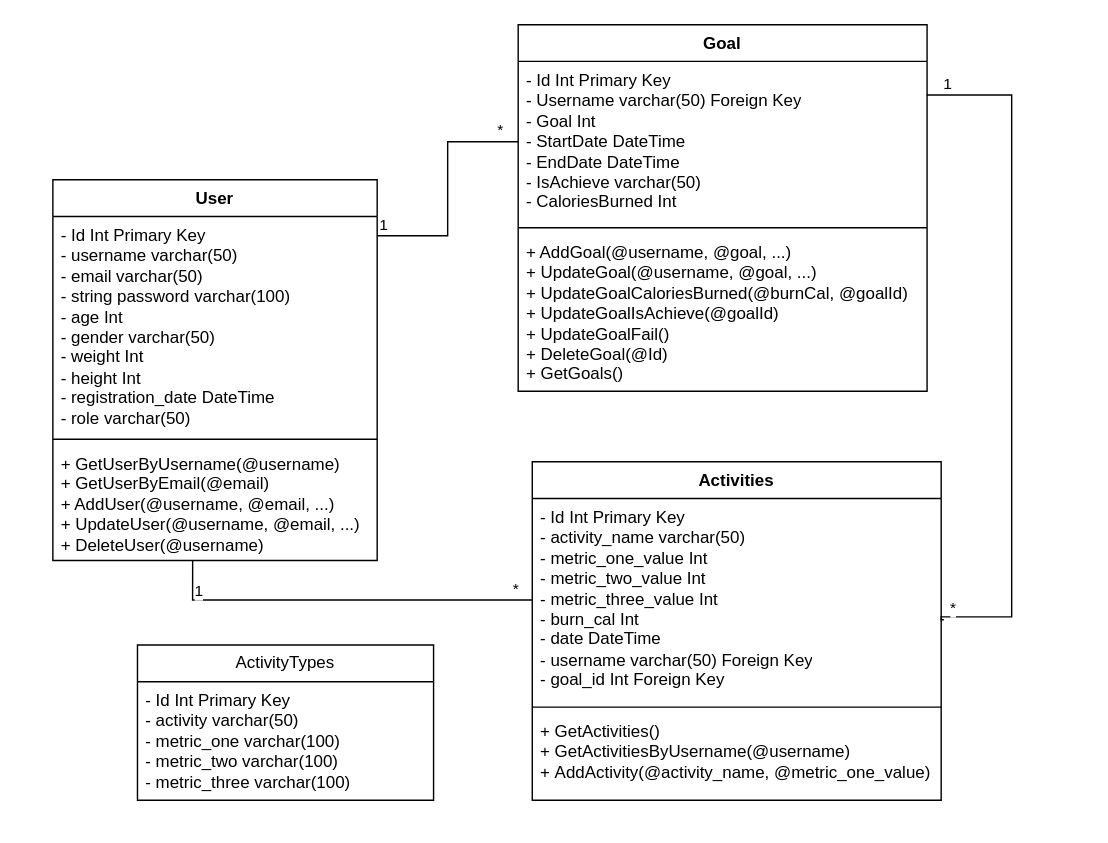
aung-khantkyaw/FitnessTracker keeps this draw.io diagram as fitness.drawio. Above is the earlier version. Source tidied: cells renumbered, new cells numbered last; positions are measured from the earlier drawing's top-left corner, leaving out a move shared by most shapes. Both pictures are drawn from the tidied source at 141%, with x=0, y=0 at pixel (52, 24).
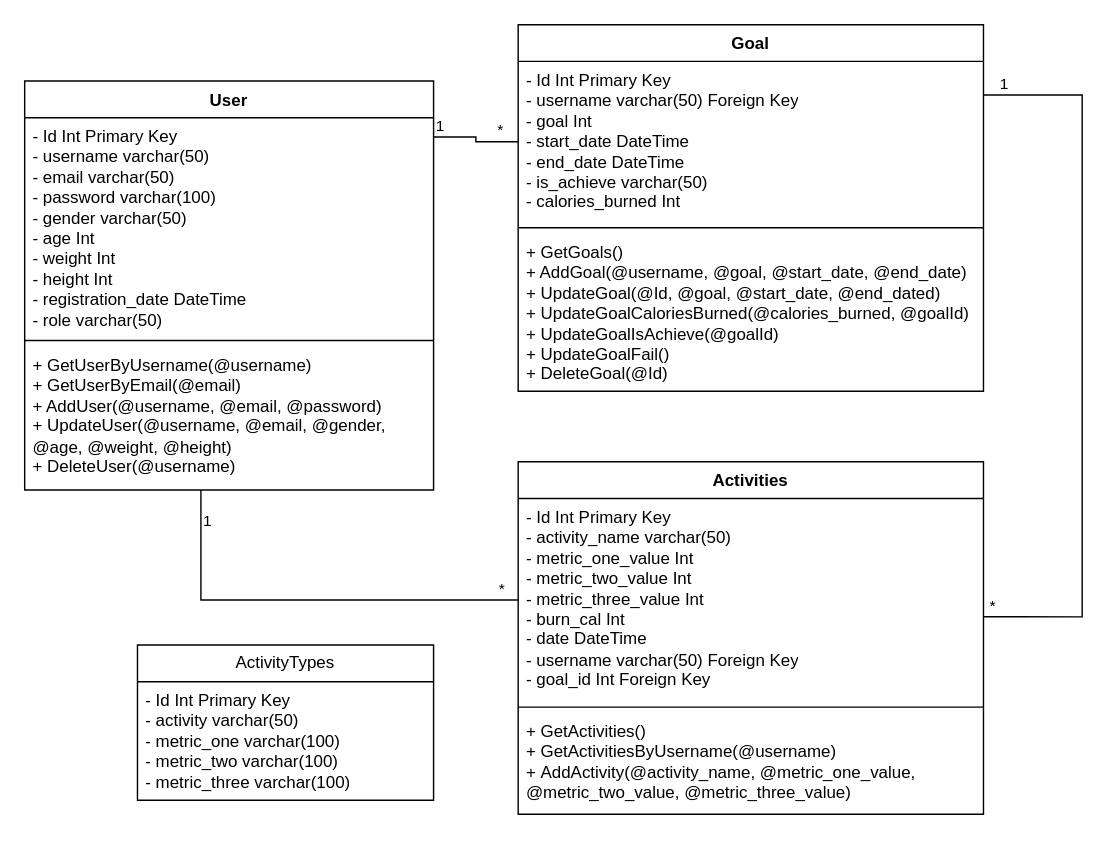
After the change.

What changed in the source:
```diff
@@
     <mxCell id="2" value="User" style="swimlane;fontStyle=1;align=center;verticalAlign=top;horizontal=1;startSize=26;whiteSpace=wrap;html=1;" parent="1" vertex="1">
-      <mxGeometry y="110" width="230" height="270" as="geometry" />
+      <mxGeometry x="-20" y="40" width="290" height="290" as="geometry" />
     </mxCell>
-    <mxCell id="3" value="&lt;div&gt;&lt;p style=&quot;margin-bottom: 0px; margin-top: 0px;&quot;&gt;- Id Int Primary Key&lt;/p&gt;&lt;p style=&quot;margin-top: 0px; margin-bottom: 0px;&quot;&gt;- username varchar(50)&lt;/p&gt;&lt;p style=&quot;margin-top: 0px; margin-bottom: 0px;&quot;&gt;- email varchar(50)&lt;/p&gt;&lt;p style=&quot;margin-top: 0px; margin-bottom: 0px;&quot;&gt;- string password varchar(100)&lt;/p&gt;&lt;p style=&quot;margin-top: 0px; margin-bottom: 0px;&quot;&gt;- age Int&lt;/p&gt;&lt;p style=&quot;margin-top: 0px; margin-bottom: 0px;&quot;&gt;- gender varchar(50) &lt;/p&gt;&lt;p style=&quot;margin-top: 0px; margin-bottom: 0px;&quot;&gt;- weight Int&lt;/p&gt;&lt;p style=&quot;margin-top: 0px; margin-bottom: 0px;&quot;&gt;- height Int&lt;br&gt;&lt;/p&gt;&lt;p style=&quot;margin-top: 0px; margin-bottom: 0px;&quot;&gt;- registration_date DateTime  &lt;/p&gt;&lt;p style=&quot;margin-bottom: 0px; margin-top: 0px;&quot;&gt;- role varchar(50)&lt;/p&gt;&lt;/div&gt;" style="text;strokeColor=none;fillColor=none;align=left;verticalAlign=top;spacingLeft=4;spacingRight=4;overflow=hidden;points=[[0,0.5],[1,0.5]];portConstraint=eastwest;whiteSpace=wrap;html=1;" parent="2" vertex="1">
-      <mxGeometry y="26" width="230" height="154" as="geometry" />
+    <mxCell id="3" value="&lt;p style=&quot;margin-bottom: 0px; margin-top: 0px;&quot;&gt;- Id Int Primary Key&lt;/p&gt;&lt;p style=&quot;margin-top: 0px; margin-bottom: 0px;&quot;&gt;- username varchar(50)&lt;/p&gt;&lt;p style=&quot;margin-top: 0px; margin-bottom: 0px;&quot;&gt;- email varchar(50)&lt;/p&gt;&lt;p style=&quot;margin-top: 0px; margin-bottom: 0px;&quot;&gt;- password varchar(100)&lt;/p&gt;&lt;p style=&quot;margin-top: 0px; margin-bottom: 0px;&quot;&gt;- gender varchar(50)&lt;/p&gt;&lt;p style=&quot;margin-top: 0px; margin-bottom: 0px;&quot;&gt;- age Int&lt;/p&gt;&lt;p style=&quot;margin-top: 0px; margin-bottom: 0px;&quot;&gt;- weight Int&lt;/p&gt;&lt;p style=&quot;margin-top: 0px; margin-bottom: 0px;&quot;&gt;- height Int&lt;br&gt;&lt;/p&gt;&lt;p style=&quot;margin-top: 0px; margin-bottom: 0px;&quot;&gt;- registration_date DateTime  &lt;/p&gt;&lt;p style=&quot;margin-bottom: 0px; margin-top: 0px;&quot;&gt;- role varchar(50)&lt;/p&gt;" style="text;strokeColor=none;fillColor=none;align=left;verticalAlign=top;spacingLeft=4;spacingRight=4;overflow=hidden;points=[[0,0.5],[1,0.5]];portConstraint=eastwest;whiteSpace=wrap;html=1;" parent="2" vertex="1">
+      <mxGeometry y="26" width="290" height="154" as="geometry" />
     </mxCell>
     <mxCell id="4" style="line;strokeWidth=1;fillColor=none;align=left;verticalAlign=middle;spacingTop=-1;spacingLeft=3;spacingRight=3;labelPosition=right;strokeColor=inherit;" parent="2" vertex="1">
-      <mxGeometry y="180" width="230" height="8" as="geometry" />
+      <mxGeometry y="180" width="290" height="8" as="geometry" />
     </mxCell>
-    <mxCell id="5" value="&lt;div&gt;+&amp;nbsp;GetUserByUsername(@username)&lt;div&gt;+ GetUserByEmail(@email)&lt;/div&gt;&lt;div&gt;+ AddUser(@username, @email, ...)&lt;/div&gt;&lt;div&gt;+&amp;nbsp;UpdateUser(@username, @email, ...)&lt;/div&gt;&lt;div&gt;+ DeleteUser(@username)&lt;/div&gt;&lt;div&gt;&lt;/div&gt;&lt;/div&gt;" style="text;strokeColor=none;fillColor=none;align=left;verticalAlign=top;spacingLeft=4;spacingRight=4;overflow=hidden;points=[[0,0.5],[1,0.5]];portConstraint=eastwest;whiteSpace=wrap;html=1;" parent="2" vertex="1">
-      <mxGeometry y="188" width="230" height="82" as="geometry" />
+    <mxCell id="5" value="&lt;div&gt;+&amp;nbsp;GetUserByUsername(@username)&lt;div&gt;+ GetUserByEmail(@email)&lt;/div&gt;&lt;div&gt;+ AddUser(@username, @email, @password)&lt;/div&gt;&lt;div&gt;+&amp;nbsp;UpdateUser(@username, @email, @gender, @age, @weight, @height)&lt;/div&gt;&lt;div&gt;+ DeleteUser(@username)&lt;/div&gt;&lt;div&gt;&lt;/div&gt;&lt;/div&gt;" style="text;strokeColor=none;fillColor=none;align=left;verticalAlign=top;spacingLeft=4;spacingRight=4;overflow=hidden;points=[[0,0.5],[1,0.5]];portConstraint=eastwest;whiteSpace=wrap;html=1;" parent="2" vertex="1">
+      <mxGeometry y="188" width="290" height="102" as="geometry" />
     </mxCell>
     <mxCell id="6" value="Goal" style="swimlane;fontStyle=1;align=center;verticalAlign=top;horizontal=1;startSize=26;whiteSpace=wrap;html=1;" parent="1" vertex="1">
-      <mxGeometry x="330" width="290" height="260" as="geometry" />
+      <mxGeometry x="330" width="330" height="260" as="geometry" />
     </mxCell>
-    <mxCell id="7" value="&lt;p style=&quot;margin-top: 0px; margin-bottom: 0px;&quot;&gt;- Id Int Primary Key&lt;/p&gt;&lt;p style=&quot;margin: 0px;&quot;&gt;- Username varchar(50) Foreign&amp;nbsp;&lt;span style=&quot;background-color: transparent; color: light-dark(rgb(0, 0, 0), rgb(255, 255, 255));&quot;&gt;Key&lt;/span&gt;&lt;/p&gt;&lt;p style=&quot;margin-top: 0px; margin-bottom: 0px;&quot;&gt;&lt;span style=&quot;background-color: transparent; color: light-dark(rgb(0, 0, 0), rgb(255, 255, 255));&quot;&gt;-&lt;/span&gt;&lt;span style=&quot;background-color: transparent; color: light-dark(rgb(0, 0, 0), rgb(255, 255, 255));&quot;&gt;&amp;nbsp;&lt;/span&gt;Goal Int&lt;/p&gt;&lt;p style=&quot;margin-top: 0px; margin-bottom: 0px;&quot;&gt;&lt;span style=&quot;background-color: transparent; color: light-dark(rgb(0, 0, 0), rgb(255, 255, 255));&quot;&gt;-&lt;/span&gt;&lt;span style=&quot;background-color: transparent; color: light-dark(rgb(0, 0, 0), rgb(255, 255, 255));&quot;&gt;&amp;nbsp;&lt;/span&gt;StartDate DateTime &lt;/p&gt;&lt;p style=&quot;margin-top: 0px; margin-bottom: 0px;&quot;&gt;&lt;span style=&quot;background-color: transparent; color: light-dark(rgb(0, 0, 0), rgb(255, 255, 255));&quot;&gt;-&lt;/span&gt;&lt;span style=&quot;background-color: transparent; color: light-dark(rgb(0, 0, 0), rgb(255, 255, 255));&quot;&gt;&amp;nbsp;&lt;/span&gt;EndDate DateTime &lt;/p&gt;&lt;p style=&quot;margin-top: 0px; margin-bottom: 0px;&quot;&gt;&lt;span style=&quot;background-color: transparent; color: light-dark(rgb(0, 0, 0), rgb(255, 255, 255));&quot;&gt;-&lt;/span&gt;&lt;span style=&quot;background-color: transparent; color: light-dark(rgb(0, 0, 0), rgb(255, 255, 255));&quot;&gt;&amp;nbsp;&lt;/span&gt;IsAchieve varchar(50)&lt;/p&gt;&lt;p style=&quot;margin-top: 0px; margin-bottom: 0px;&quot;&gt;&lt;span style=&quot;background-color: transparent; color: light-dark(rgb(0, 0, 0), rgb(255, 255, 255));&quot;&gt;-&lt;/span&gt;&lt;span style=&quot;background-color: transparent; color: light-dark(rgb(0, 0, 0), rgb(255, 255, 255));&quot;&gt;&amp;nbsp;&lt;/span&gt;CaloriesBurned Int&lt;/p&gt;" style="text;strokeColor=none;fillColor=none;align=left;verticalAlign=top;spacingLeft=4;spacingRight=4;overflow=hidden;points=[[0,0.5],[1,0.5]];portConstraint=eastwest;whiteSpace=wrap;html=1;" parent="6" vertex="1">
-      <mxGeometry y="26" width="290" height="114" as="geometry" />
+    <mxCell id="7" value="&lt;p style=&quot;margin-top: 0px; margin-bottom: 0px;&quot;&gt;- Id Int Primary Key&lt;/p&gt;&lt;p style=&quot;margin: 0px;&quot;&gt;- username varchar(50) Foreign&amp;nbsp;&lt;span style=&quot;background-color: transparent; color: light-dark(rgb(0, 0, 0), rgb(255, 255, 255));&quot;&gt;Key&lt;/span&gt;&lt;/p&gt;&lt;p style=&quot;margin-top: 0px; margin-bottom: 0px;&quot;&gt;&lt;span style=&quot;background-color: transparent; color: light-dark(rgb(0, 0, 0), rgb(255, 255, 255));&quot;&gt;-&lt;/span&gt;&lt;span style=&quot;background-color: transparent; color: light-dark(rgb(0, 0, 0), rgb(255, 255, 255));&quot;&gt;&amp;nbsp;&lt;/span&gt;goal Int&lt;/p&gt;&lt;p style=&quot;margin-top: 0px; margin-bottom: 0px;&quot;&gt;&lt;span style=&quot;background-color: transparent; color: light-dark(rgb(0, 0, 0), rgb(255, 255, 255));&quot;&gt;-&lt;/span&gt;&lt;span style=&quot;background-color: transparent; color: light-dark(rgb(0, 0, 0), rgb(255, 255, 255));&quot;&gt;&amp;nbsp;&lt;/span&gt;start_date DateTime &lt;/p&gt;&lt;p style=&quot;margin-top: 0px; margin-bottom: 0px;&quot;&gt;&lt;span style=&quot;background-color: transparent; color: light-dark(rgb(0, 0, 0), rgb(255, 255, 255));&quot;&gt;-&lt;/span&gt;&lt;span style=&quot;background-color: transparent; color: light-dark(rgb(0, 0, 0), rgb(255, 255, 255));&quot;&gt;&amp;nbsp;&lt;/span&gt;end_date DateTime &lt;/p&gt;&lt;p style=&quot;margin-top: 0px; margin-bottom: 0px;&quot;&gt;&lt;span style=&quot;background-color: transparent; color: light-dark(rgb(0, 0, 0), rgb(255, 255, 255));&quot;&gt;-&lt;/span&gt;&lt;span style=&quot;background-color: transparent; color: light-dark(rgb(0, 0, 0), rgb(255, 255, 255));&quot;&gt;&amp;nbsp;i&lt;/span&gt;s_achieve varchar(50)&lt;/p&gt;&lt;p style=&quot;margin-top: 0px; margin-bottom: 0px;&quot;&gt;&lt;span style=&quot;background-color: transparent; color: light-dark(rgb(0, 0, 0), rgb(255, 255, 255));&quot;&gt;-&lt;/span&gt;&lt;span style=&quot;background-color: transparent; color: light-dark(rgb(0, 0, 0), rgb(255, 255, 255));&quot;&gt;&amp;nbsp;c&lt;/span&gt;alories_burned Int&lt;/p&gt;" style="text;strokeColor=none;fillColor=none;align=left;verticalAlign=top;spacingLeft=4;spacingRight=4;overflow=hidden;points=[[0,0.5],[1,0.5]];portConstraint=eastwest;whiteSpace=wrap;html=1;" parent="6" vertex="1">
+      <mxGeometry y="26" width="330" height="114" as="geometry" />
     </mxCell>
     <mxCell id="8" style="line;strokeWidth=1;fillColor=none;align=left;verticalAlign=middle;spacingTop=-1;spacingLeft=3;spacingRight=3;labelPosition=right;strokeColor=inherit;" parent="6" vertex="1">
-      <mxGeometry y="140" width="290" height="8" as="geometry" />
+      <mxGeometry y="140" width="330" height="8" as="geometry" />
     </mxCell>
-    <mxCell id="9" value="+ AddGoal(@username, @goal, ...)&lt;div&gt;+&amp;nbsp;UpdateGoal&lt;span style=&quot;background-color: transparent; color: light-dark(rgb(0, 0, 0), rgb(255, 255, 255));&quot;&gt;(@username, @goal, ...)&lt;/span&gt;&lt;/div&gt;&lt;div&gt;+ UpdateGoalCaloriesBurned(@burnCal, @goalId)&lt;/div&gt;&lt;div&gt;+ UpdateGoalIsAchieve(@goalId)&lt;/div&gt;&lt;div&gt;+&amp;nbsp;UpdateGoalFail()&lt;/div&gt;&lt;div&gt;+&amp;nbsp;DeleteGoal(@Id)&lt;/div&gt;&lt;div&gt;+&amp;nbsp;GetGoals()&lt;/div&gt;" style="text;strokeColor=none;fillColor=none;align=left;verticalAlign=top;spacingLeft=4;spacingRight=4;overflow=hidden;whiteSpace=wrap;html=1;" parent="6" vertex="1">
-      <mxGeometry y="148" width="290" height="112" as="geometry" />
+    <mxCell id="9" value="&lt;div&gt;+&amp;nbsp;GetGoals()&lt;/div&gt;+ AddGoal(@username, @goal, @start_date, @end_date)&lt;div&gt;+&amp;nbsp;UpdateGoal&lt;span style=&quot;background-color: transparent; color: light-dark(rgb(0, 0, 0), rgb(255, 255, 255));&quot;&gt;(@Id, @goal, @start_date, @end_dated)&lt;/span&gt;&lt;/div&gt;&lt;div&gt;+ UpdateGoalCaloriesBurned(@&lt;span style=&quot;color: light-dark(rgb(0, 0, 0), rgb(255, 255, 255)); background-color: transparent;&quot;&gt;c&lt;/span&gt;alories_burned, @goalId)&lt;/div&gt;&lt;div&gt;+ UpdateGoalIsAchieve(@goalId)&lt;/div&gt;&lt;div&gt;+&amp;nbsp;UpdateGoalFail()&lt;/div&gt;&lt;div&gt;+&amp;nbsp;DeleteGoal(@Id)&lt;/div&gt;" style="text;strokeColor=none;fillColor=none;align=left;verticalAlign=top;spacingLeft=4;spacingRight=4;overflow=hidden;whiteSpace=wrap;html=1;" parent="6" vertex="1">
+      <mxGeometry y="148" width="330" height="112" as="geometry" />
     </mxCell>
@@
     <mxCell id="13" value="Activities" style="swimlane;fontStyle=1;align=center;verticalAlign=top;horizontal=1;startSize=26;whiteSpace=wrap;html=1;" parent="1" vertex="1">
-      <mxGeometry x="340" y="310" width="290" height="240" as="geometry" />
+      <mxGeometry x="330" y="310" width="330" height="250" as="geometry" />
     </mxCell>
     <mxCell id="14" value="&lt;p style=&quot;margin-top: 0px; margin-bottom: 0px;&quot;&gt;- Id Int Primary Key &lt;/p&gt;&lt;p style=&quot;margin-top: 0px; margin-bottom: 0px;&quot;&gt;&lt;span style=&quot;background-color: transparent; color: light-dark(rgb(0, 0, 0), rgb(255, 255, 255));&quot;&gt;-&lt;/span&gt;&lt;span style=&quot;background-color: transparent; color: light-dark(rgb(0, 0, 0), rgb(255, 255, 255));&quot;&gt;&amp;nbsp;&lt;/span&gt;activity_name varchar(50) &lt;/p&gt;&lt;p style=&quot;margin-top: 0px; margin-bottom: 0px;&quot;&gt;&lt;span style=&quot;background-color: transparent; color: light-dark(rgb(0, 0, 0), rgb(255, 255, 255));&quot;&gt;-&lt;/span&gt;&lt;span style=&quot;background-color: transparent; color: light-dark(rgb(0, 0, 0), rgb(255, 255, 255));&quot;&gt;&amp;nbsp;&lt;/span&gt;metric_one_value Int &lt;/p&gt;&lt;p style=&quot;margin-top: 0px; margin-bottom: 0px;&quot;&gt;&lt;span style=&quot;background-color: transparent; color: light-dark(rgb(0, 0, 0), rgb(255, 255, 255));&quot;&gt;-&lt;/span&gt;&lt;span style=&quot;background-color: transparent; color: light-dark(rgb(0, 0, 0), rgb(255, 255, 255));&quot;&gt;&amp;nbsp;&lt;/span&gt;metric_two_value Int &lt;/p&gt;&lt;p style=&quot;margin-top: 0px; margin-bottom: 0px;&quot;&gt;&lt;span style=&quot;background-color: transparent; color: light-dark(rgb(0, 0, 0), rgb(255, 255, 255));&quot;&gt;-&lt;/span&gt;&lt;span style=&quot;background-color: transparent; color: light-dark(rgb(0, 0, 0), rgb(255, 255, 255));&quot;&gt;&amp;nbsp;&lt;/span&gt;metric_three_value Int &lt;/p&gt;&lt;p style=&quot;margin-top: 0px; margin-bottom: 0px;&quot;&gt;&lt;span style=&quot;background-color: transparent; color: light-dark(rgb(0, 0, 0), rgb(255, 255, 255));&quot;&gt;-&lt;/span&gt;&lt;span style=&quot;background-color: transparent; color: light-dark(rgb(0, 0, 0), rgb(255, 255, 255));&quot;&gt;&amp;nbsp;&lt;/span&gt;burn_cal Int &lt;br&gt;&lt;/p&gt;&lt;p style=&quot;margin-top: 0px; margin-bottom: 0px;&quot;&gt;&lt;span style=&quot;background-color: transparent; color: light-dark(rgb(0, 0, 0), rgb(255, 255, 255));&quot;&gt;-&lt;/span&gt;&lt;span style=&quot;background-color: transparent; color: light-dark(rgb(0, 0, 0), rgb(255, 255, 255));&quot;&gt;&amp;nbsp;&lt;/span&gt;date DateTime &lt;br&gt;&lt;/p&gt;&lt;p style=&quot;margin-top: 0px; margin-bottom: 0px;&quot;&gt;&lt;span style=&quot;background-color: transparent; color: light-dark(rgb(0, 0, 0), rgb(255, 255, 255));&quot;&gt;-&lt;/span&gt;&lt;span style=&quot;background-color: transparent; color: light-dark(rgb(0, 0, 0), rgb(255, 255, 255));&quot;&gt;&amp;nbsp;&lt;/span&gt;username varchar(50) Foreign Key&lt;/p&gt;&lt;p style=&quot;margin-top: 0px; margin-bottom: 0px;&quot;&gt;&lt;span style=&quot;background-color: transparent; color: light-dark(rgb(0, 0, 0), rgb(255, 255, 255));&quot;&gt;-&lt;/span&gt;&lt;span style=&quot;background-color: transparent; color: light-dark(rgb(0, 0, 0), rgb(255, 255, 255));&quot;&gt;&amp;nbsp;&lt;/span&gt;goal_id Int Foreign Key&amp;nbsp;&lt;/p&gt;" style="text;strokeColor=none;fillColor=none;align=left;verticalAlign=top;spacingLeft=4;spacingRight=4;overflow=hidden;points=[[0,0.5],[1,0.5]];portConstraint=eastwest;whiteSpace=wrap;html=1;" parent="13" vertex="1">
-      <mxGeometry y="26" width="290" height="144" as="geometry" />
+      <mxGeometry y="26" width="330" height="144" as="geometry" />
     </mxCell>
-    <mxCell id="15" style="endArrow=none;html=1;edgeStyle=orthogonalEdgeStyle;rounded=0;entryX=1.01;entryY=0.597;entryDx=0;entryDy=0;entryPerimeter=0;exitX=0.999;exitY=0.209;exitDx=0;exitDy=0;exitPerimeter=0;" parent="13" edge="1" source="7">
-      <mxGeometry relative="1" as="geometry">
-        <mxPoint x="291.9" y="112" as="targetPoint" />
-        <Array as="points">
-          <mxPoint x="340" y="-260" />
-          <mxPoint x="340" y="110" />
-          <mxPoint x="290" y="110" />
-          <mxPoint x="290" y="112" />
-        </Array>
-      </mxGeometry>
-    </mxCell>
-    <mxCell id="16" value="1" style="edgeLabel;html=1;align=left;verticalAlign=bottom;" parent="15" vertex="1">
-      <mxGeometry x="-1" relative="1" as="geometry">
-        <mxPoint x="10" as="offset" />
-      </mxGeometry>
-    </mxCell>
-    <mxCell id="17" value="*" style="edgeLabel;html=1;align=right;verticalAlign=bottom;" parent="15" vertex="1">
-      <mxGeometry x="1" relative="1" as="geometry">
-        <mxPoint x="9" as="offset" />
-      </mxGeometry>
-    </mxCell>
     <mxCell id="18" style="line;strokeWidth=1;fillColor=none;align=left;verticalAlign=middle;spacingTop=-1;spacingLeft=3;spacingRight=3;labelPosition=right;strokeColor=inherit;" parent="13" vertex="1">
-      <mxGeometry y="170" width="290" height="8" as="geometry" />
+      <mxGeometry y="170" width="330" height="8" as="geometry" />
     </mxCell>
-    <mxCell id="19" value="+&amp;nbsp;GetActivities()&lt;div&gt;+&amp;nbsp;GetActivitiesByUsername(@username)&lt;/div&gt;&lt;div&gt;+&amp;nbsp;AddActivity(@activity_name, @metric_one_value)&lt;/div&gt;" style="text;strokeColor=none;fillColor=none;align=left;verticalAlign=top;spacingLeft=4;spacingRight=4;overflow=hidden;whiteSpace=wrap;html=1;" parent="13" vertex="1">
-      <mxGeometry y="178" width="290" height="62" as="geometry" />
+    <mxCell id="19" value="+&amp;nbsp;GetActivities()&lt;div&gt;+&amp;nbsp;GetActivitiesByUsername(@username)&lt;/div&gt;&lt;div&gt;+&amp;nbsp;AddActivity(@activity_name, @metric_one_value, @&lt;span style=&quot;background-color: transparent; color: light-dark(rgb(0, 0, 0), rgb(255, 255, 255));&quot;&gt;metric_two_value, @&lt;/span&gt;&lt;span style=&quot;background-color: transparent; color: light-dark(rgb(0, 0, 0), rgb(255, 255, 255));&quot;&gt;metric_three_value&lt;/span&gt;&lt;span style=&quot;background-color: transparent; color: light-dark(rgb(0, 0, 0), rgb(255, 255, 255));&quot;&gt;)&lt;/span&gt;&lt;/div&gt;" style="text;strokeColor=none;fillColor=none;align=left;verticalAlign=top;spacingLeft=4;spacingRight=4;overflow=hidden;whiteSpace=wrap;html=1;" parent="13" vertex="1">
+      <mxGeometry y="178" width="330" height="72" as="geometry" />
     </mxCell>
@@
+    <mxCell id="15" style="endArrow=none;html=1;edgeStyle=orthogonalEdgeStyle;rounded=0;exitX=0.999;exitY=0.209;exitDx=0;exitDy=0;exitPerimeter=0;entryX=1;entryY=0.583;entryDx=0;entryDy=0;entryPerimeter=0;" parent="1" edge="1" source="7" target="14">
+      <mxGeometry relative="1" as="geometry">
+        <Array as="points">
+          <mxPoint x="730" y="50" />
+          <mxPoint x="730" y="420" />
+        </Array>
+      </mxGeometry>
+    </mxCell>
+    <mxCell id="16" value="1" style="edgeLabel;html=1;align=left;verticalAlign=bottom;" parent="15" vertex="1">
+      <mxGeometry x="-1" relative="1" as="geometry">
+        <mxPoint x="10" as="offset" />
+      </mxGeometry>
+    </mxCell>
+    <mxCell id="17" value="*" style="edgeLabel;html=1;align=right;verticalAlign=bottom;" parent="15" vertex="1">
+      <mxGeometry x="1" relative="1" as="geometry">
+        <mxPoint x="9" as="offset" />
+      </mxGeometry>
+    </mxCell>
```
